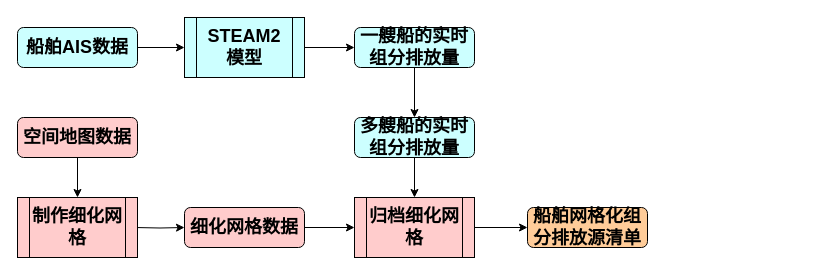
Above: 船舶排放清单.drawio in WienWong/Misc (draw.io), before the change. Source tidied: cells renumbered, new cells numbered last; positions are measured from the earlier drawing's top-left corner, leaving out a move shared by most shapes. Both pictures are drawn from the tidied source at 100%, with x=0, y=0 at pixel (17, 17).
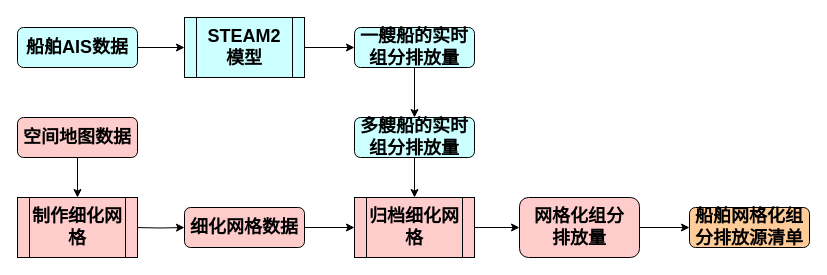
After the change.

Commit message:
Update 船舶排放清单.drawio

The change refers to these unchanged cells:
```xml
<mxCell id="18" value="&lt;b style=&quot;font-size: 18px&quot;&gt;归档细化网格&lt;/b&gt;" style="shape=process;whiteSpace=wrap;html=1;backgroundOutline=1;fillColor=#FFCCCC;" parent="1" vertex="1">
  <mxGeometry x="337" y="180" width="120" height="60" as="geometry" />
</mxCell>
```

Diff of the diagram source:
```diff
@@
     <mxCell id="5" value="&lt;font style=&quot;font-size: 18px&quot;&gt;&lt;b&gt;船舶网格化组分排放源清单&lt;/b&gt;&lt;/font&gt;" style="rounded=1;whiteSpace=wrap;html=1;fontSize=12;glass=0;strokeWidth=1;shadow=0;fillColor=#FFCC99;" parent="1" vertex="1">
-      <mxGeometry x="510" y="190" width="120" height="40" as="geometry" />
+      <mxGeometry x="672" y="190" width="120" height="40" as="geometry" />
     </mxCell>
@@
-    <mxCell id="17" style="edgeStyle=orthogonalEdgeStyle;rounded=0;jettySize=auto;html=1;exitX=1;exitY=0.5;exitDx=0;exitDy=0;entryX=0;entryY=0.5;entryDx=0;entryDy=0;" parent="1" edge="1" source="18" target="5">
-      <mxGeometry relative="1" as="geometry" />
-    </mxCell>
+    <mxCell id="19" style="edgeStyle=orthogonalEdgeStyle;rounded=0;jettySize=auto;html=1;exitX=1;exitY=0.5;exitDx=0;exitDy=0;entryX=0;entryY=0.5;entryDx=0;entryDy=0;" parent="1" edge="1" source="18" target="21">
+      <mxGeometry relative="1" as="geometry" />
+    </mxCell>
@@
+    <mxCell id="20" style="edgeStyle=orthogonalEdgeStyle;rounded=0;jettySize=auto;html=1;exitX=1;exitY=0.5;exitDx=0;exitDy=0;" parent="1" edge="1" source="21" target="5">
+      <mxGeometry relative="1" as="geometry" />
+    </mxCell>
+    <mxCell id="21" value="&lt;b&gt;&lt;font style=&quot;font-size: 18px&quot;&gt;网格化组分&lt;br&gt;排放量&lt;/font&gt;&lt;/b&gt;" style="rounded=1;whiteSpace=wrap;html=1;fillColor=#FFCCCC;" parent="1" vertex="1">
+      <mxGeometry x="502" y="180" width="120" height="60" as="geometry" />
+    </mxCell>
```
